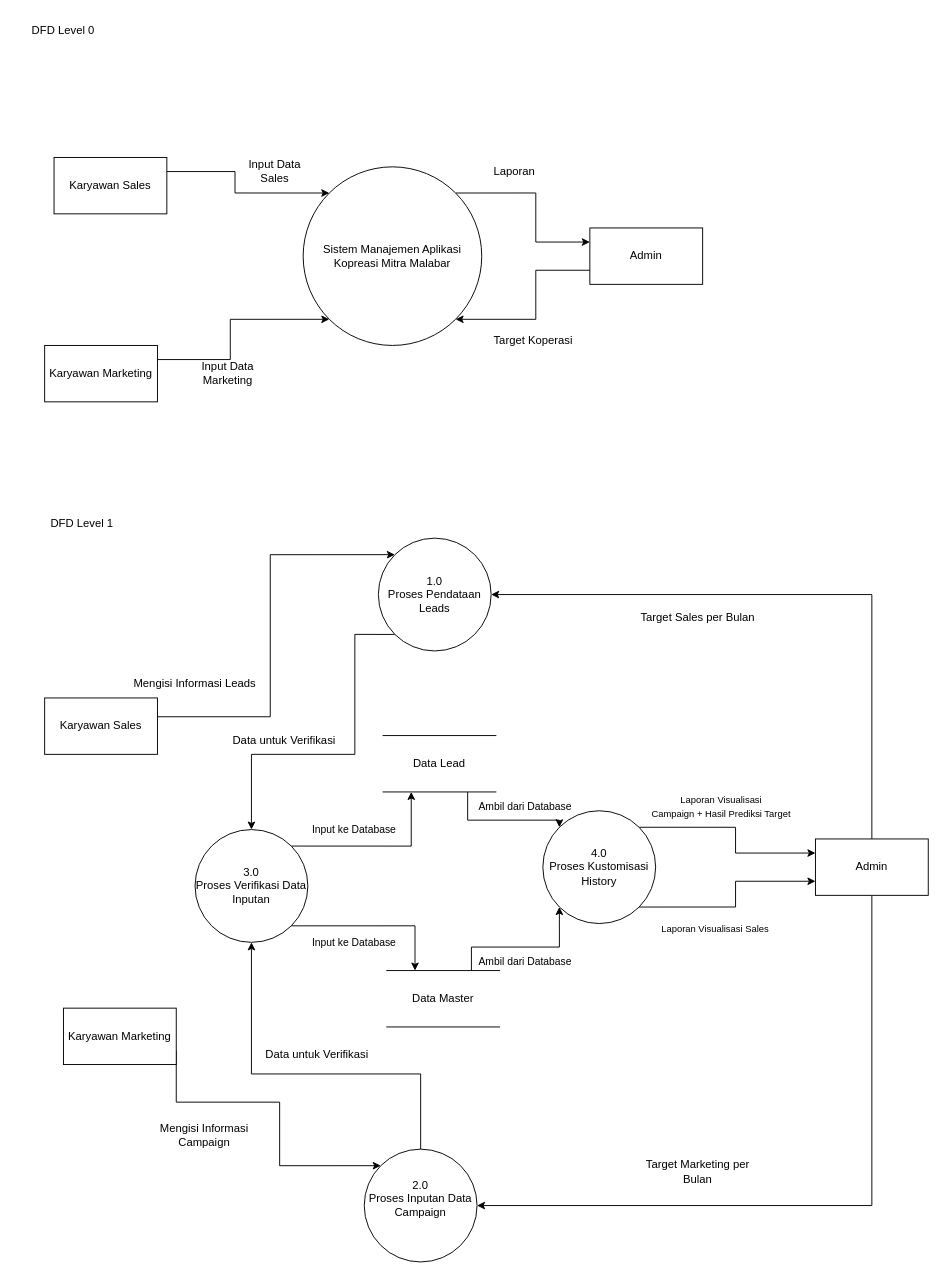
The draw.io diagram DFD_Koperasi Mitra Malabar.drawio.xml in NararyaPutra/Dokumentasi_Project-Koperasi-Mitra-Malabar, before the edit. Source tidied: cells renumbered, new cells numbered last; positions are measured from the earlier drawing's top-left corner, leaving out a move shared by most shapes. Both pictures are drawn from the tidied source at 94%, with x=0, y=0 at pixel (16, 16).
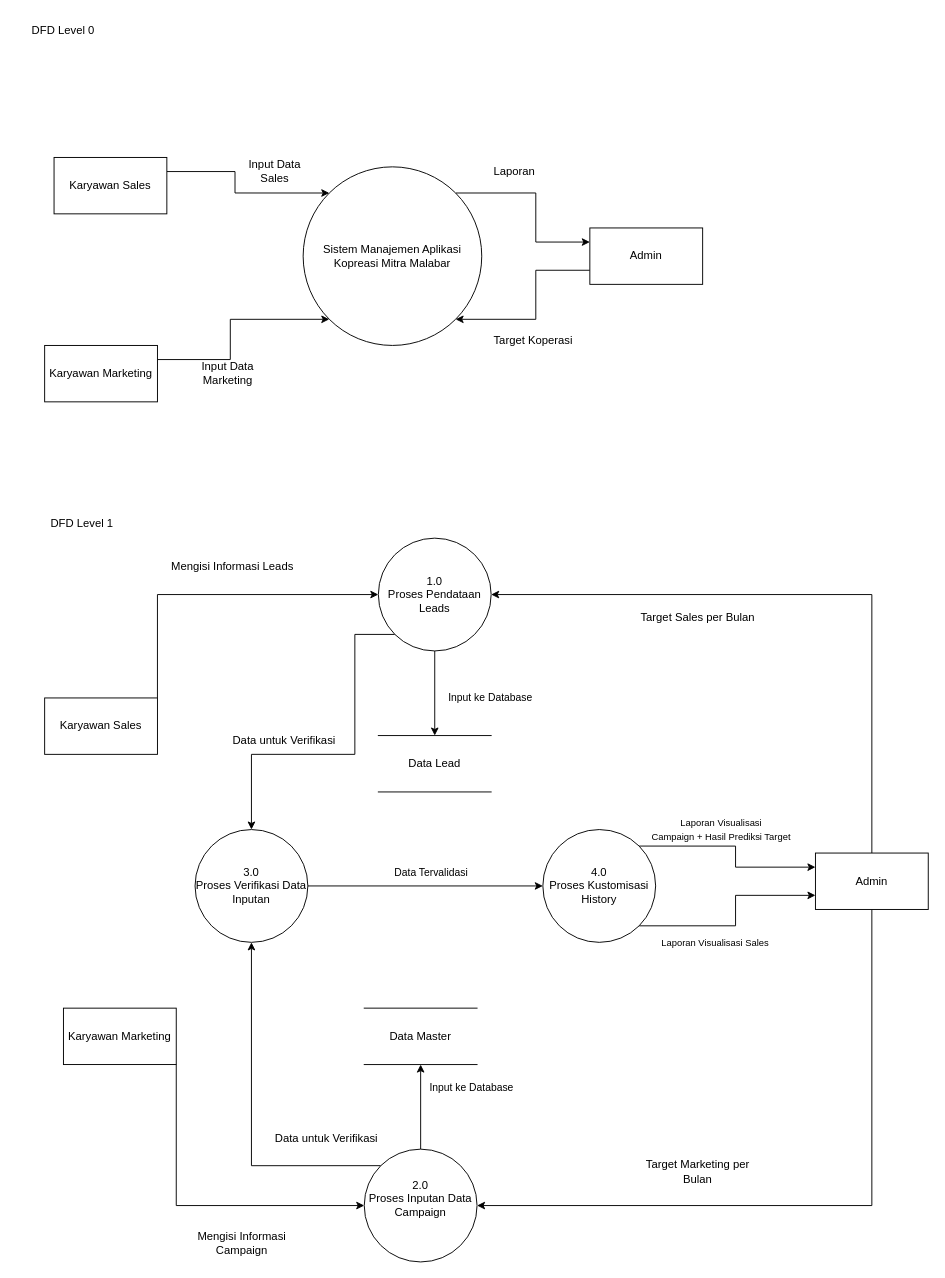
Above is the later version.

The change refers to these unchanged cells:
```xml
<mxCell id="10" value="Karyawan Sales" style="rounded=0;whiteSpace=wrap;html=1;" parent="1" vertex="1">
  <mxGeometry x="30" y="725" width="120" height="60" as="geometry" />
</mxCell>
<mxCell id="15" value="Karyawan Marketing" style="rounded=0;whiteSpace=wrap;html=1;" parent="1" vertex="1">
  <mxGeometry x="50" y="1055" width="120" height="60" as="geometry" />
</mxCell>
<mxCell id="17" value="1.0&lt;div&gt;Proses Pendataan&lt;/div&gt;&lt;div&gt;Leads&lt;/div&gt;" style="ellipse;whiteSpace=wrap;html=1;" parent="1" vertex="1">
  <mxGeometry x="385" y="555" width="120" height="120" as="geometry" />
</mxCell>
<mxCell id="19" value="2.0&lt;div&gt;Proses Inputan Data Campaign&lt;/div&gt;&lt;div&gt;&lt;br&gt;&lt;/div&gt;" style="ellipse;whiteSpace=wrap;html=1;" parent="1" vertex="1">
  <mxGeometry x="370" y="1205" width="120" height="120" as="geometry" />
</mxCell>
<mxCell id="39" value="3.0&lt;div&gt;Proses Verifikasi Data Inputan&lt;/div&gt;" style="ellipse;whiteSpace=wrap;html=1;" parent="1" vertex="1">
  <mxGeometry x="190" y="865" width="120" height="120" as="geometry" />
</mxCell>
```

Change to the diagram source:
```diff
@@
-    <mxCell id="9" style="edgeStyle=orthogonalEdgeStyle;rounded=0;jettySize=auto;html=1;exitX=1;exitY=0.25;exitDx=0;exitDy=0;entryX=0;entryY=0;entryDx=0;entryDy=0;" parent="1" edge="1" source="10" target="17">
-      <mxGeometry relative="1" as="geometry">
-        <Array as="points">
-          <mxPoint x="150" y="745" />
-          <mxPoint x="270" y="745" />
-          <mxPoint x="270" y="573" />
-        </Array>
-      </mxGeometry>
+    <mxCell id="9" style="edgeStyle=orthogonalEdgeStyle;rounded=0;jettySize=auto;html=1;exitX=1;exitY=0;exitDx=0;exitDy=0;entryX=0;entryY=0.5;entryDx=0;entryDy=0;" parent="1" edge="1" source="10" target="17">
+      <mxGeometry relative="1" as="geometry" />
     </mxCell>
@@
     <mxCell id="13" value="Admin" style="rounded=0;whiteSpace=wrap;html=1;" parent="1" vertex="1">
-      <mxGeometry x="850" y="875" width="120" height="60" as="geometry" />
+      <mxGeometry x="850" y="890" width="120" height="60" as="geometry" />
     </mxCell>
-    <mxCell id="14" style="edgeStyle=orthogonalEdgeStyle;rounded=0;jettySize=auto;html=1;exitX=1;exitY=0.75;exitDx=0;exitDy=0;entryX=0;entryY=0;entryDx=0;entryDy=0;" parent="1" edge="1" source="15" target="19">
-      <mxGeometry relative="1" as="geometry">
-        <Array as="points">
-          <mxPoint x="170" y="1155" />
-          <mxPoint x="280" y="1155" />
-          <mxPoint x="280" y="1223" />
-        </Array>
-      </mxGeometry>
+    <mxCell id="14" style="edgeStyle=orthogonalEdgeStyle;rounded=0;jettySize=auto;html=1;exitX=1;exitY=1;exitDx=0;exitDy=0;entryX=0;entryY=0.5;entryDx=0;entryDy=0;" parent="1" edge="1" source="15" target="19">
+      <mxGeometry relative="1" as="geometry" />
     </mxCell>
@@
+    <mxCell id="49" style="edgeStyle=orthogonalEdgeStyle;rounded=0;jettySize=auto;html=1;exitX=0.5;exitY=1;exitDx=0;exitDy=0;entryX=0.5;entryY=0;entryDx=0;entryDy=0;" parent="1" edge="1" source="17" target="43">
+      <mxGeometry relative="1" as="geometry" />
+    </mxCell>
@@
-    <mxCell id="18" style="edgeStyle=orthogonalEdgeStyle;rounded=0;jettySize=auto;html=1;exitX=0.5;exitY=0;exitDx=0;exitDy=0;entryX=0.5;entryY=1;entryDx=0;entryDy=0;" parent="1" edge="1" source="19" target="39">
-      <mxGeometry relative="1" as="geometry">
-        <Array as="points">
-          <mxPoint x="430" y="1125" />
-          <mxPoint x="250" y="1125" />
-        </Array>
-      </mxGeometry>
+    <mxCell id="18" style="edgeStyle=orthogonalEdgeStyle;rounded=0;jettySize=auto;html=1;exitX=0;exitY=0;exitDx=0;exitDy=0;" parent="1" edge="1" source="19" target="39">
+      <mxGeometry relative="1" as="geometry" />
     </mxCell>
+    <mxCell id="50" style="edgeStyle=orthogonalEdgeStyle;rounded=0;jettySize=auto;html=1;exitX=0.5;exitY=0;exitDx=0;exitDy=0;" parent="1" edge="1" source="19" target="46">
+      <mxGeometry relative="1" as="geometry" />
+    </mxCell>
@@
     <mxCell id="21" value="&lt;font style=&quot;font-size: 10px;&quot;&gt;Laporan Visualisasi&amp;nbsp;&lt;/font&gt;&lt;span style=&quot;font-size: 10px; background-color: transparent; color: light-dark(rgb(0, 0, 0), rgb(255, 255, 255));&quot;&gt;Sales&amp;nbsp;&lt;/span&gt;" style="text;html=1;whiteSpace=wrap;strokeColor=none;fillColor=none;align=center;verticalAlign=middle;rounded=0;" parent="1" vertex="1">
-      <mxGeometry x="680" y="955" width="130" height="30" as="geometry" />
+      <mxGeometry x="680" y="970" width="130" height="30" as="geometry" />
     </mxCell>
     <mxCell id="22" value="&lt;font style=&quot;font-size: 10px;&quot;&gt;Laporan Visualisasi&lt;/font&gt;&lt;div&gt;&lt;font style=&quot;font-size: 10px;&quot;&gt;Campaign + Hasil Prediksi Target&lt;/font&gt;&lt;/div&gt;" style="text;html=1;whiteSpace=wrap;strokeColor=none;fillColor=none;align=center;verticalAlign=middle;rounded=0;" parent="1" vertex="1">
-      <mxGeometry x="660" y="825" width="180" height="30" as="geometry" />
+      <mxGeometry x="660" y="850" width="180" height="30" as="geometry" />
     </mxCell>
@@
     <mxCell id="25" value="Mengisi Informasi Leads" style="text;html=1;whiteSpace=wrap;strokeColor=none;fillColor=none;align=center;verticalAlign=middle;rounded=0;" parent="1" vertex="1">
-      <mxGeometry x="120" y="695" width="140" height="30" as="geometry" />
+      <mxGeometry x="160" y="570" width="140" height="30" as="geometry" />
     </mxCell>
     <mxCell id="26" value="Mengisi Informasi Campaign" style="text;html=1;whiteSpace=wrap;strokeColor=none;fillColor=none;align=center;verticalAlign=middle;rounded=0;" parent="1" vertex="1">
-      <mxGeometry x="130" y="1175" width="140" height="30" as="geometry" />
+      <mxGeometry x="170" y="1290" width="140" height="30" as="geometry" />
     </mxCell>
@@
-    <mxCell id="33" value="Ambil dari Database" style="edgeLabel;html=1;align=center;verticalAlign=middle;" parent="1" vertex="1">
-      <mxGeometry x="540" y="840" as="geometry" />
+    <mxCell id="33" value="Data Tervalidasi" style="edgeLabel;html=1;align=center;verticalAlign=middle;" parent="1" vertex="1">
+      <mxGeometry x="440" y="910" as="geometry" />
     </mxCell>
@@
     <mxCell id="36" value="4.0&lt;div&gt;Proses Kustomisasi History&lt;/div&gt;" style="ellipse;whiteSpace=wrap;html=1;" parent="1" vertex="1">
-      <mxGeometry x="560" y="845" width="120" height="120" as="geometry" />
+      <mxGeometry x="560" y="865" width="120" height="120" as="geometry" />
     </mxCell>
-    <mxCell id="37" style="edgeStyle=orthogonalEdgeStyle;rounded=0;jettySize=auto;html=1;exitX=1;exitY=0;exitDx=0;exitDy=0;entryX=0.25;entryY=1;entryDx=0;entryDy=0;" parent="1" edge="1" source="39" target="43">
-      <mxGeometry relative="1" as="geometry" />
-    </mxCell>
-    <mxCell id="38" style="edgeStyle=orthogonalEdgeStyle;rounded=0;jettySize=auto;html=1;exitX=1;exitY=1;exitDx=0;exitDy=0;entryX=0.25;entryY=0;entryDx=0;entryDy=0;" parent="1" edge="1" source="39" target="46">
-      <mxGeometry relative="1" as="geometry" />
-    </mxCell>
+    <mxCell id="51" style="edgeStyle=orthogonalEdgeStyle;rounded=0;jettySize=auto;html=1;exitX=1;exitY=0.5;exitDx=0;exitDy=0;entryX=0;entryY=0.5;entryDx=0;entryDy=0;" parent="1" edge="1" source="39" target="36">
+      <mxGeometry relative="1" as="geometry" />
+    </mxCell>
@@
     <mxCell id="40" value="Data untuk Verifikasi" style="text;html=1;whiteSpace=wrap;strokeColor=none;fillColor=none;align=center;verticalAlign=middle;rounded=0;" parent="1" vertex="1">
-      <mxGeometry x="260" y="1085" width="120" height="40" as="geometry" />
+      <mxGeometry x="270" y="1174" width="120" height="40" as="geometry" />
     </mxCell>
@@
-    <mxCell id="42" style="edgeStyle=orthogonalEdgeStyle;rounded=0;jettySize=auto;html=1;exitX=0.75;exitY=1;exitDx=0;exitDy=0;entryX=0;entryY=0;entryDx=0;entryDy=0;" parent="1" edge="1" source="43" target="36">
-      <mxGeometry relative="1" as="geometry">
-        <Array as="points">
-          <mxPoint x="480" y="855" />
-          <mxPoint x="578" y="855" />
-        </Array>
-      </mxGeometry>
-    </mxCell>
     <mxCell id="43" value="Data Lead" style="shape=partialRectangle;whiteSpace=wrap;html=1;left=0;right=0;fillColor=none;" parent="1" vertex="1">
-      <mxGeometry x="390" y="765" width="120" height="60" as="geometry" />
+      <mxGeometry x="385" y="765" width="120" height="60" as="geometry" />
     </mxCell>
-    <mxCell id="44" value="Input ke Database" style="edgeLabel;html=1;align=center;verticalAlign=middle;" parent="1" vertex="1">
-      <mxGeometry x="355" y="865" as="geometry">
-        <mxPoint x="3" y="-1" as="offset" />
-      </mxGeometry>
-    </mxCell>
-    <mxCell id="45" style="edgeStyle=orthogonalEdgeStyle;rounded=0;jettySize=auto;html=1;exitX=0.75;exitY=0;exitDx=0;exitDy=0;entryX=0;entryY=1;entryDx=0;entryDy=0;" parent="1" edge="1" source="46" target="36">
-      <mxGeometry relative="1" as="geometry" />
-    </mxCell>
     <mxCell id="46" value="Data Master" style="shape=partialRectangle;whiteSpace=wrap;html=1;left=0;right=0;fillColor=none;" parent="1" vertex="1">
-      <mxGeometry x="394" y="1015" width="120" height="60" as="geometry" />
+      <mxGeometry x="370" y="1055" width="120" height="60" as="geometry" />
     </mxCell>
     <mxCell id="47" value="Input ke Database" style="edgeLabel;html=1;align=center;verticalAlign=middle;" parent="1" vertex="1">
-      <mxGeometry x="355" y="985" as="geometry">
+      <mxGeometry x="500" y="725" as="geometry">
         <mxPoint x="3" y="-1" as="offset" />
       </mxGeometry>
     </mxCell>
-    <mxCell id="48" value="Ambil dari Database" style="edgeLabel;html=1;align=center;verticalAlign=middle;" parent="1" vertex="1">
-      <mxGeometry x="540" y="1005" as="geometry" />
-    </mxCell>
+    <mxCell id="44" value="Input ke Database" style="edgeLabel;html=1;align=center;verticalAlign=middle;" parent="1" vertex="1">
+      <mxGeometry x="480" y="1140" as="geometry">
+        <mxPoint x="3" y="-1" as="offset" />
+      </mxGeometry>
+    </mxCell>
```
